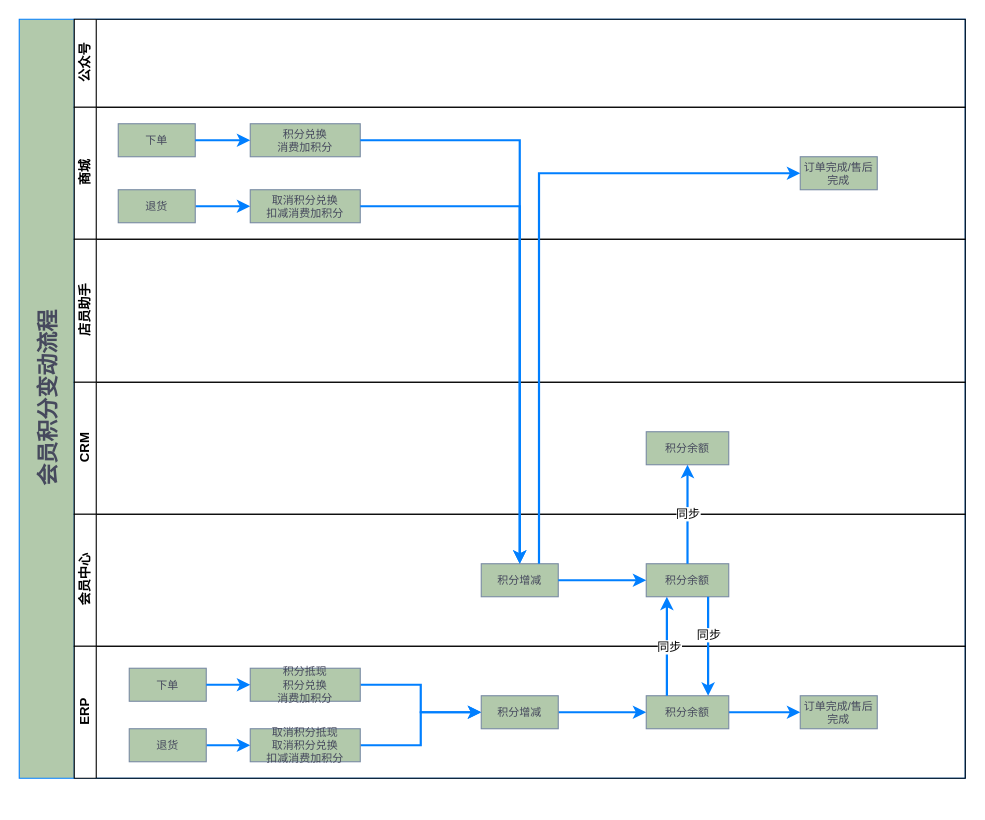
Above: page "积分变动2" (4 of 13) of 多ERP会员流程.drawio in JustDoItHilary/HilarysTraining (draw.io), before the change. Source tidied: cells renumbered, new cells numbered last; positions are measured from the earlier drawing's top-left corner, leaving out a move shared by most shapes. Both pictures are drawn from the tidied source at 110%, with x=0, y=0 at pixel (19, 19).
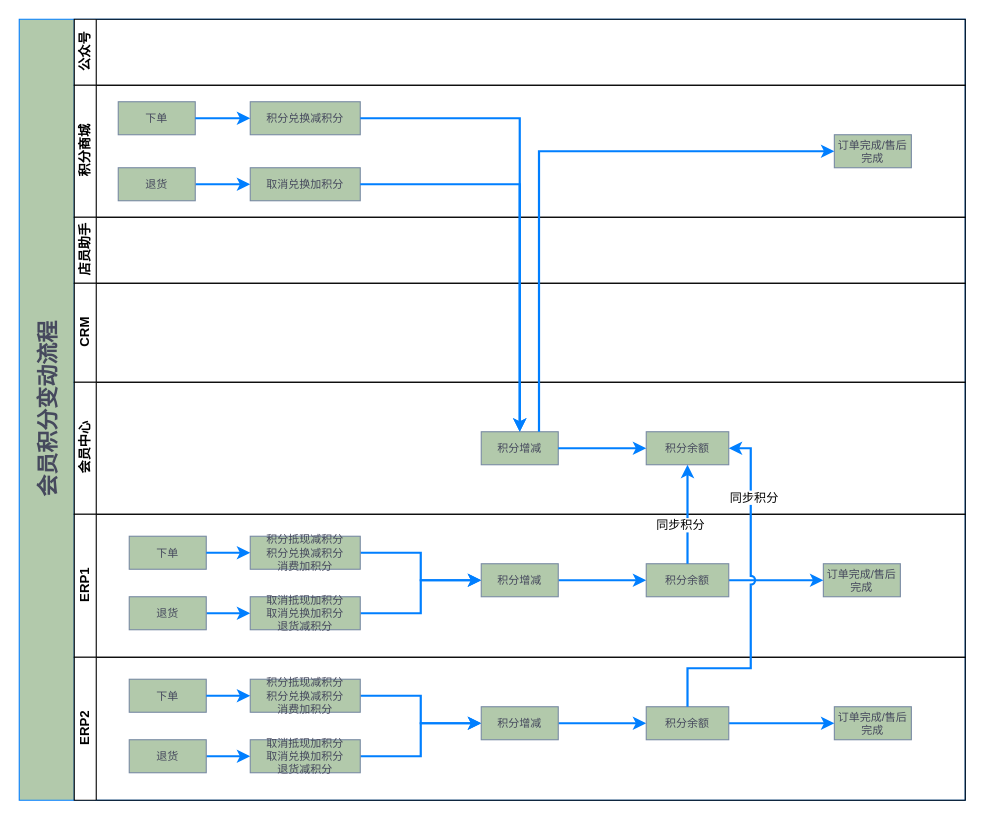
The same page after the edit.

The change refers to these unchanged cells:
```xml
<mxCell id="16" value="积分余额" style="rounded=0;whiteSpace=wrap;html=1;strokeColor=#788AA3;fillColor=#B2C9AB;fontColor=#46495D;fontSize=10;" parent="15" vertex="1">
  <mxGeometry x="520" y="45" width="75" height="30" as="geometry" />
</mxCell>
<mxCell id="35" value="积分余额" style="rounded=0;whiteSpace=wrap;html=1;strokeColor=#788AA3;fillColor=#B2C9AB;fontColor=#46495D;fontSize=10;" parent="22" vertex="1">
  <mxGeometry x="520" y="45" width="75" height="30" as="geometry" />
</mxCell>
```

The edit, as a diff of the source:
```diff
@@
     <mxCell id="2" value="&lt;font style=&quot;font-size: 20px&quot;&gt;会员积分变动流程&lt;/font&gt;" style="swimlane;html=1;horizontal=0;startSize=50;rounded=0;fillColor=#B2C9AB;fontColor=#46495D;fontSize=10;align=center;verticalAlign=middle;strokeColor=#007FFF;" parent="1" vertex="1">
-      <mxGeometry width="860" height="690" as="geometry" />
+      <mxGeometry width="860" height="710" as="geometry" />
     </mxCell>
     <mxCell id="3" value="公众号" style="swimlane;html=1;startSize=20;horizontal=0;" parent="2" vertex="1">
-      <mxGeometry x="50" width="810" height="80" as="geometry" />
+      <mxGeometry x="50" width="810" height="60" as="geometry" />
     </mxCell>
-    <mxCell id="4" value="商城" style="swimlane;html=1;startSize=20;horizontal=0;" parent="2" vertex="1">
-      <mxGeometry x="50" y="80" width="810" height="120" as="geometry" />
+    <mxCell id="4" value="积分商城" style="swimlane;html=1;startSize=20;horizontal=0;" parent="2" vertex="1">
+      <mxGeometry x="50" y="60" width="810" height="120" as="geometry" />
     </mxCell>
@@
-    <mxCell id="8" value="&lt;font size=&quot;1&quot;&gt;积分兑换&lt;br&gt;消费加积分&lt;br&gt;&lt;/font&gt;" style="rounded=0;whiteSpace=wrap;html=1;strokeColor=#788AA3;fillColor=#B2C9AB;fontColor=#46495D;fontSize=10;" parent="4" vertex="1">
+    <mxCell id="8" value="&lt;font size=&quot;1&quot;&gt;积分兑换减积分&lt;br&gt;&lt;/font&gt;" style="rounded=0;whiteSpace=wrap;html=1;strokeColor=#788AA3;fillColor=#B2C9AB;fontColor=#46495D;fontSize=10;" parent="4" vertex="1">
       <mxGeometry x="160" y="15" width="100" height="30" as="geometry" />
     </mxCell>
-    <mxCell id="9" value="&lt;font size=&quot;1&quot;&gt;取消积分兑换&lt;br&gt;扣减消费加积分&lt;br&gt;&lt;/font&gt;" style="rounded=0;whiteSpace=wrap;html=1;strokeColor=#788AA3;fillColor=#B2C9AB;fontColor=#46495D;fontSize=10;" parent="4" vertex="1">
+    <mxCell id="9" value="&lt;font size=&quot;1&quot;&gt;取消兑换加积分&lt;br&gt;&lt;/font&gt;" style="rounded=0;whiteSpace=wrap;html=1;strokeColor=#788AA3;fillColor=#B2C9AB;fontColor=#46495D;fontSize=10;" parent="4" vertex="1">
       <mxGeometry x="160" y="75" width="100" height="30" as="geometry" />
     </mxCell>
@@
     <mxCell id="11" value="&lt;font size=&quot;1&quot;&gt;订单完成/售后完成&lt;/font&gt;" style="rounded=0;whiteSpace=wrap;html=1;strokeColor=#788AA3;fillColor=#B2C9AB;fontColor=#46495D;fontSize=10;" parent="4" vertex="1">
-      <mxGeometry x="660" y="45" width="70" height="30" as="geometry" />
+      <mxGeometry x="691" y="45" width="70" height="30" as="geometry" />
     </mxCell>
     <mxCell id="12" value="店员助手" style="swimlane;html=1;startSize=20;horizontal=0;" parent="2" vertex="1">
-      <mxGeometry x="50" y="200" width="810" height="130" as="geometry" />
+      <mxGeometry x="50" y="180" width="810" height="60" as="geometry" />
     </mxCell>
     <mxCell id="13" value="CRM" style="swimlane;html=1;startSize=20;horizontal=0;" parent="2" vertex="1">
-      <mxGeometry x="50" y="330" width="810" height="120" as="geometry" />
+      <mxGeometry x="50" y="240" width="810" height="90" as="geometry" />
     </mxCell>
-    <mxCell id="14" value="积分余额" style="rounded=0;whiteSpace=wrap;html=1;strokeColor=#788AA3;fillColor=#B2C9AB;fontColor=#46495D;fontSize=10;" parent="13" vertex="1">
-      <mxGeometry x="520" y="45" width="75" height="30" as="geometry" />
-    </mxCell>
     <mxCell id="15" value="会员中心" style="swimlane;html=1;startSize=20;horizontal=0;" parent="2" vertex="1">
-      <mxGeometry x="50" y="450" width="810" height="120" as="geometry" />
+      <mxGeometry x="50" y="330" width="810" height="120" as="geometry" />
     </mxCell>
@@
-    <mxCell id="22" value="ERP" style="swimlane;html=1;startSize=20;horizontal=0;" parent="2" vertex="1">
-      <mxGeometry x="50" y="570" width="810" height="120" as="geometry" />
+    <mxCell id="22" value="ERP1" style="swimlane;html=1;startSize=20;horizontal=0;" parent="2" vertex="1">
+      <mxGeometry x="50" y="450" width="810" height="130" as="geometry" />
     </mxCell>
@@
-    <mxCell id="27" value="&lt;font size=&quot;1&quot;&gt;积分抵现&lt;br&gt;积分兑换&lt;br&gt;消费加积分&lt;br&gt;&lt;/font&gt;" style="rounded=0;whiteSpace=wrap;html=1;strokeColor=#788AA3;fillColor=#B2C9AB;fontColor=#46495D;fontSize=10;" parent="22" vertex="1">
+    <mxCell id="27" value="&lt;font size=&quot;1&quot;&gt;积分抵现减积分&lt;br&gt;积分兑换减积分&lt;br&gt;消费加积分&lt;br&gt;&lt;/font&gt;" style="rounded=0;whiteSpace=wrap;html=1;strokeColor=#788AA3;fillColor=#B2C9AB;fontColor=#46495D;fontSize=10;" parent="22" vertex="1">
       <mxGeometry x="160" y="20" width="100" height="30" as="geometry" />
     </mxCell>
@@
-    <mxCell id="30" value="&lt;font size=&quot;1&quot;&gt;取消积分抵现&lt;br&gt;取消积分兑换&lt;br&gt;扣减消费加积分&lt;br&gt;&lt;/font&gt;" style="rounded=0;whiteSpace=wrap;html=1;strokeColor=#788AA3;fillColor=#B2C9AB;fontColor=#46495D;fontSize=10;" parent="22" vertex="1">
+    <mxCell id="30" value="&lt;font size=&quot;1&quot;&gt;取消抵现加积分&lt;br&gt;取消兑换加积分&lt;br&gt;退货减积分&lt;br&gt;&lt;/font&gt;" style="rounded=0;whiteSpace=wrap;html=1;strokeColor=#788AA3;fillColor=#B2C9AB;fontColor=#46495D;fontSize=10;" parent="22" vertex="1">
       <mxGeometry x="160" y="75" width="100" height="30" as="geometry" />
     </mxCell>
@@
     <mxCell id="33" value="&lt;font size=&quot;1&quot;&gt;订单完成/售后完成&lt;/font&gt;" style="rounded=0;whiteSpace=wrap;html=1;strokeColor=#788AA3;fillColor=#B2C9AB;fontColor=#46495D;fontSize=10;" parent="22" vertex="1">
-      <mxGeometry x="660" y="45" width="70" height="30" as="geometry" />
+      <mxGeometry x="681" y="45" width="70" height="30" as="geometry" />
     </mxCell>
@@
+    <mxCell id="41" value="ERP2" style="swimlane;html=1;startSize=20;horizontal=0;" parent="2" vertex="1">
+      <mxGeometry x="50" y="580" width="810" height="130" as="geometry" />
+    </mxCell>
+    <mxCell id="42" value="&lt;font size=&quot;1&quot;&gt;下单&lt;/font&gt;" style="rounded=0;whiteSpace=wrap;html=1;strokeColor=#788AA3;fillColor=#B2C9AB;fontColor=#46495D;fontSize=10;" parent="41" vertex="1">
+      <mxGeometry x="50" y="20" width="70" height="30" as="geometry" />
+    </mxCell>
+    <mxCell id="43" style="edgeStyle=orthogonalEdgeStyle;rounded=0;jettySize=auto;html=1;exitX=1;exitY=0.5;exitDx=0;exitDy=0;entryX=0;entryY=0.5;entryDx=0;entryDy=0;strokeColor=#007FFF;strokeWidth=2;fontColor=#007FFF;" parent="41" edge="1" source="44" target="49">
+      <mxGeometry relative="1" as="geometry" />
+    </mxCell>
+    <mxCell id="44" value="&lt;font size=&quot;1&quot;&gt;退货&lt;/font&gt;" style="rounded=0;whiteSpace=wrap;html=1;strokeColor=#788AA3;fillColor=#B2C9AB;fontColor=#46495D;fontSize=10;" parent="41" vertex="1">
+      <mxGeometry x="50" y="75" width="70" height="30" as="geometry" />
+    </mxCell>
+    <mxCell id="45" style="edgeStyle=orthogonalEdgeStyle;rounded=0;jettySize=auto;html=1;exitX=1;exitY=0.5;exitDx=0;exitDy=0;entryX=0;entryY=0.5;entryDx=0;entryDy=0;strokeColor=#007FFF;strokeWidth=2;" parent="41" edge="1" source="46" target="51">
+      <mxGeometry relative="1" as="geometry" />
+    </mxCell>
+    <mxCell id="46" value="&lt;font size=&quot;1&quot;&gt;积分抵现减积分&lt;br&gt;积分兑换减积分&lt;br&gt;消费加积分&lt;br&gt;&lt;/font&gt;" style="rounded=0;whiteSpace=wrap;html=1;strokeColor=#788AA3;fillColor=#B2C9AB;fontColor=#46495D;fontSize=10;" parent="41" vertex="1">
+      <mxGeometry x="160" y="20" width="100" height="30" as="geometry" />
+    </mxCell>
+    <mxCell id="47" style="edgeStyle=orthogonalEdgeStyle;rounded=0;jettySize=auto;html=1;strokeColor=#007FFF;strokeWidth=2;fontColor=#007FFF;" parent="41" edge="1" source="42" target="46">
+      <mxGeometry relative="1" as="geometry" />
+    </mxCell>
+    <mxCell id="48" style="edgeStyle=orthogonalEdgeStyle;rounded=0;jettySize=auto;html=1;exitX=1;exitY=0.5;exitDx=0;exitDy=0;entryX=0;entryY=0.5;entryDx=0;entryDy=0;strokeColor=#007FFF;strokeWidth=2;" parent="41" edge="1" source="49" target="51">
+      <mxGeometry relative="1" as="geometry" />
+    </mxCell>
+    <mxCell id="49" value="&lt;font size=&quot;1&quot;&gt;取消抵现加积分&lt;br&gt;取消兑换加积分&lt;br&gt;退货减积分&lt;br&gt;&lt;/font&gt;" style="rounded=0;whiteSpace=wrap;html=1;strokeColor=#788AA3;fillColor=#B2C9AB;fontColor=#46495D;fontSize=10;" parent="41" vertex="1">
+      <mxGeometry x="160" y="75" width="100" height="30" as="geometry" />
+    </mxCell>
+    <mxCell id="50" style="edgeStyle=orthogonalEdgeStyle;rounded=0;jettySize=auto;html=1;exitX=1;exitY=0.5;exitDx=0;exitDy=0;strokeColor=#007FFF;strokeWidth=2;entryX=0;entryY=0.5;entryDx=0;entryDy=0;" parent="41" edge="1" source="51" target="14">
+      <mxGeometry relative="1" as="geometry" />
+    </mxCell>
+    <mxCell id="51" value="&lt;font size=&quot;1&quot;&gt;积分增减&lt;/font&gt;" style="rounded=0;whiteSpace=wrap;html=1;strokeColor=#788AA3;fillColor=#B2C9AB;fontColor=#46495D;fontSize=10;" parent="41" vertex="1">
+      <mxGeometry x="370" y="45" width="70" height="30" as="geometry" />
+    </mxCell>
+    <mxCell id="52" value="&lt;font size=&quot;1&quot;&gt;订单完成/售后完成&lt;/font&gt;" style="rounded=0;whiteSpace=wrap;html=1;strokeColor=#788AA3;fillColor=#B2C9AB;fontColor=#46495D;fontSize=10;" parent="41" vertex="1">
+      <mxGeometry x="691" y="45" width="70" height="30" as="geometry" />
+    </mxCell>
+    <mxCell id="53" style="edgeStyle=orthogonalEdgeStyle;rounded=0;jettySize=auto;html=1;exitX=1;exitY=0.5;exitDx=0;exitDy=0;entryX=0;entryY=0.5;entryDx=0;entryDy=0;strokeColor=#007FFF;strokeWidth=2;" parent="41" edge="1" source="14" target="52">
+      <mxGeometry relative="1" as="geometry" />
+    </mxCell>
+    <mxCell id="14" value="积分余额" style="rounded=0;whiteSpace=wrap;html=1;strokeColor=#788AA3;fillColor=#B2C9AB;fontColor=#46495D;fontSize=10;" parent="41" vertex="1">
+      <mxGeometry x="520" y="45" width="75" height="30" as="geometry" />
+    </mxCell>
-    <mxCell id="36" style="edgeStyle=orthogonalEdgeStyle;rounded=0;jettySize=auto;html=1;exitX=0.25;exitY=0;exitDx=0;exitDy=0;entryX=0.25;entryY=1;entryDx=0;entryDy=0;strokeColor=#007FFF;strokeWidth=2;" parent="2" edge="1" source="35" target="16">
+    <mxCell id="36" style="edgeStyle=orthogonalEdgeStyle;rounded=0;jettySize=auto;html=1;exitX=0.5;exitY=0;exitDx=0;exitDy=0;entryX=0.5;entryY=1;entryDx=0;entryDy=0;strokeColor=#007FFF;strokeWidth=2;" parent="2" edge="1" source="35" target="16">
       <mxGeometry relative="1" as="geometry" />
     </mxCell>
-    <mxCell id="37" value="同步" style="edgeLabel;html=1;align=center;verticalAlign=middle;" parent="36" vertex="1">
-      <mxGeometry x="-0.01" y="-2" relative="1" as="geometry" />
-    </mxCell>
-    <mxCell id="38" style="edgeStyle=orthogonalEdgeStyle;rounded=0;jettySize=auto;html=1;exitX=0.75;exitY=1;exitDx=0;exitDy=0;entryX=0.75;entryY=0;entryDx=0;entryDy=0;strokeColor=#007FFF;strokeWidth=2;" parent="2" edge="1" source="16" target="35">
-      <mxGeometry relative="1" as="geometry" />
-    </mxCell>
-    <mxCell id="39" value="同步" style="edgeLabel;html=1;align=center;verticalAlign=middle;" parent="38" vertex="1">
-      <mxGeometry x="-0.24" relative="1" as="geometry" />
-    </mxCell>
-    <mxCell id="40" value="同步" style="edgeStyle=orthogonalEdgeStyle;rounded=0;jettySize=auto;html=1;exitX=0.5;exitY=0;exitDx=0;exitDy=0;entryX=0.5;entryY=1;entryDx=0;entryDy=0;strokeColor=#007FFF;strokeWidth=2;" parent="2" edge="1" source="16" target="14">
-      <mxGeometry relative="1" as="geometry" />
-    </mxCell>
+    <mxCell id="54" value="同步积分" style="edgeLabel;html=1;align=center;verticalAlign=middle;" parent="36" vertex="1">
+      <mxGeometry x="-0.21" y="-4" relative="1" as="geometry">
+        <mxPoint x="-11" as="offset" />
+      </mxGeometry>
+    </mxCell>
+    <mxCell id="55" style="edgeStyle=orthogonalEdgeStyle;rounded=0;jettySize=auto;html=1;exitX=0.5;exitY=0;exitDx=0;exitDy=0;entryX=1;entryY=0.5;entryDx=0;entryDy=0;strokeColor=#007FFF;strokeWidth=2;snapToPoint=0;fixDash=0;backgroundOutline=0;noJump=0;flowAnimation=0;orthogonal=0;enumerate=0;comic=0;sourcePortConstraint=none;jumpStyle=arc;" parent="2" edge="1" source="14" target="16">
+      <mxGeometry relative="1" as="geometry">
+        <Array as="points">
+          <mxPoint x="608" y="590" />
+          <mxPoint x="665" y="590" />
+          <mxPoint x="665" y="390" />
+        </Array>
+      </mxGeometry>
+    </mxCell>
+    <mxCell id="56" value="同步积分" style="edgeLabel;html=1;align=center;verticalAlign=middle;" parent="55" vertex="1">
+      <mxGeometry x="0.72" relative="1" as="geometry">
+        <mxPoint x="2" y="21" as="offset" />
+      </mxGeometry>
+    </mxCell>
```
